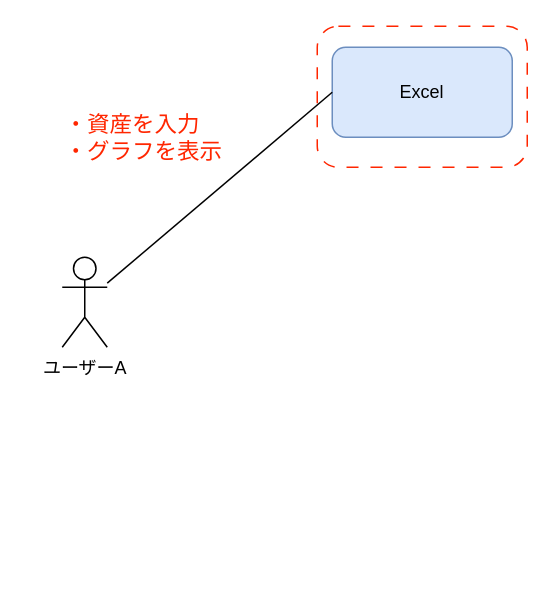
10mo8mi2/20231121_Udemy_-_- keeps this draw.io diagram as page "コンテキスト図" (1 of 2) of コンテキスト図.drawio. Above is the earlier version. Source tidied: cells renumbered, new cells numbered last; positions are measured from the earlier drawing's top-left corner, leaving out a move shared by most shapes. Both pictures are drawn from the tidied source at 150%, with x=0, y=0 at pixel (62, 26).
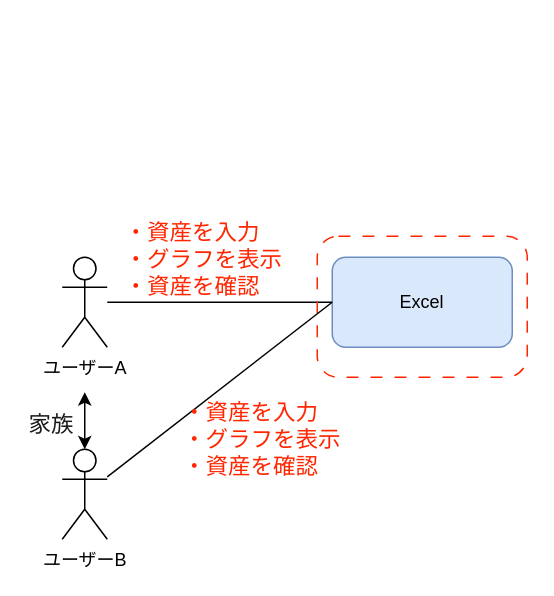
The same diagram, later.

Commit message (it also covers changes not shown here):
コンテキスト図.drawio を更新します

Diff of the diagram source:
```diff
@@
 <mxGraphModel>
   <root>
     <mxCell id="0" />
     <mxCell id="1" parent="0" />
     <mxCell id="2" value="ユーザーA" style="shape=umlActor;verticalLabelPosition=bottom;verticalAlign=top;html=1;outlineConnect=0;" parent="1" vertex="1">
       <mxGeometry y="154" width="30" height="60" as="geometry" />
     </mxCell>
     <mxCell id="3" value="Excel" style="rounded=1;whiteSpace=wrap;html=1;fillColor=#dae8fc;strokeColor=#6c8ebf;" parent="1" vertex="1">
-      <mxGeometry x="180" y="14" width="120" height="60" as="geometry" />
+      <mxGeometry x="180" y="154" width="120" height="60" as="geometry" />
     </mxCell>
     <mxCell id="4" style="endArrow=none;html=1;rounded=0;entryX=0;entryY=0.5;entryDx=0;entryDy=0;" parent="1" edge="1" source="2" target="3">
       <mxGeometry relative="1" as="geometry" />
     </mxCell>
-    <mxCell id="5" value="・資産を入力&lt;br&gt;&lt;div style=&quot;&quot;&gt;&lt;span style=&quot;background-color: initial;&quot;&gt;・グラフを表示&lt;/span&gt;&lt;/div&gt;" style="text;html=1;strokeColor=none;fillColor=none;align=left;verticalAlign=middle;whiteSpace=wrap;rounded=0;fontColor=#ff2600;fontSize=15;" parent="1" vertex="1">
-      <mxGeometry y="54" width="160" height="40" as="geometry" />
+    <mxCell id="5" value="・資産を入力&lt;br&gt;&lt;div style=&quot;&quot;&gt;&lt;span style=&quot;background-color: initial;&quot;&gt;・グラフを表示&lt;/span&gt;&lt;/div&gt;&lt;div style=&quot;&quot;&gt;&lt;span style=&quot;background-color: initial;&quot;&gt;・資産を確認&lt;/span&gt;&lt;/div&gt;" style="text;html=1;strokeColor=none;fillColor=none;align=left;verticalAlign=middle;whiteSpace=wrap;rounded=0;fontColor=#ff2600;fontSize=15;" parent="1" vertex="1">
+      <mxGeometry x="40" y="125" width="160" height="60" as="geometry" />
     </mxCell>
     <mxCell id="6" style="rounded=1;whiteSpace=wrap;html=1;fillColor=none;strokeColor=#ff2600;dashed=1;dashPattern=8 8;" parent="1" vertex="1">
-      <mxGeometry x="170" width="140" height="94" as="geometry" />
+      <mxGeometry x="170" y="140" width="140" height="94" as="geometry" />
     </mxCell>
+    <mxCell id="7" value="ユーザーB" style="shape=umlActor;verticalLabelPosition=bottom;verticalAlign=top;html=1;outlineConnect=0;" parent="1" vertex="1">
+      <mxGeometry y="282" width="30" height="60" as="geometry" />
+    </mxCell>
+    <mxCell id="8" style="endArrow=none;html=1;rounded=0;entryX=0.071;entryY=0.468;entryDx=0;entryDy=0;entryPerimeter=0;" parent="1" edge="1" source="7" target="6">
+      <mxGeometry relative="1" as="geometry" />
+    </mxCell>
+    <mxCell id="9" value="・資産を入力&lt;br&gt;&lt;div style=&quot;&quot;&gt;&lt;span style=&quot;background-color: initial;&quot;&gt;・グラフを表示&lt;/span&gt;&lt;/div&gt;&lt;div style=&quot;&quot;&gt;&lt;span style=&quot;background-color: initial;&quot;&gt;・資産を確認&lt;/span&gt;&lt;/div&gt;" style="text;html=1;strokeColor=none;fillColor=none;align=left;verticalAlign=middle;whiteSpace=wrap;rounded=0;fontColor=#ff2600;fontSize=15;" parent="1" vertex="1">
+      <mxGeometry x="79" y="255" width="160" height="40" as="geometry" />
+    </mxCell>
+    <mxCell id="10" style="endArrow=classic;startArrow=classic;html=1;rounded=0;exitX=0.5;exitY=0;exitDx=0;exitDy=0;exitPerimeter=0;" parent="1" edge="1" source="7">
+      <mxGeometry relative="1" as="geometry">
+        <mxPoint x="15" y="244" as="targetPoint" />
+      </mxGeometry>
+    </mxCell>
+    <mxCell id="11" value="&lt;font color=&quot;#1a1a1a&quot;&gt;家族&lt;/font&gt;" style="text;html=1;strokeColor=none;fillColor=none;align=left;verticalAlign=middle;whiteSpace=wrap;rounded=0;fontColor=#ff2600;fontSize=15;" parent="1" vertex="1">
+      <mxGeometry x="-24" y="250" width="40" height="29" as="geometry" />
+    </mxCell>
   </root>
 </mxGraphModel>
```
